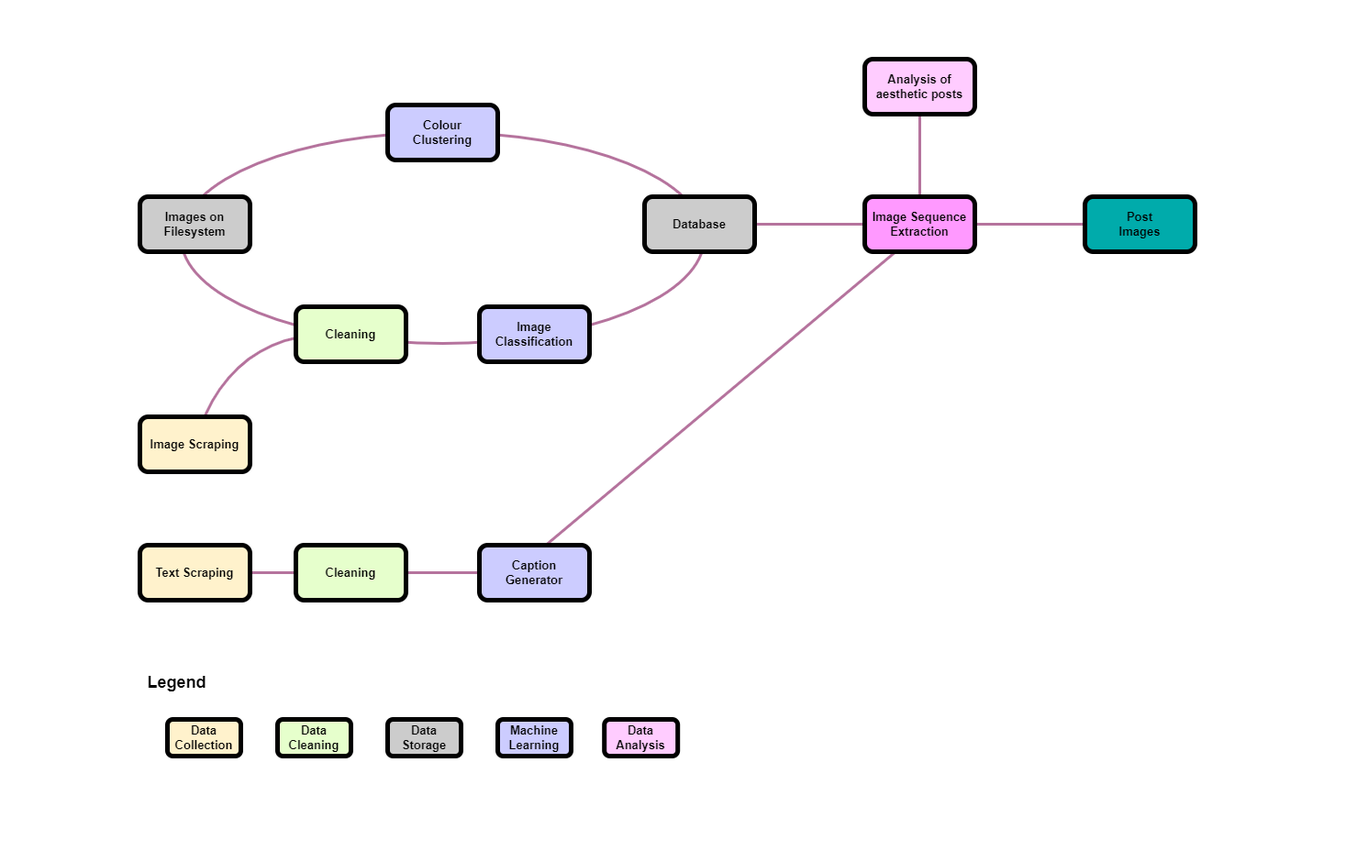
Earlier version of the draw.io export main/pipe.png (kokostino/Aesthetics-Automation). Source tidied: cells renumbered, new cells last; positions are measured from the earlier drawing's top-left corner, leaving out a move shared by most shapes.
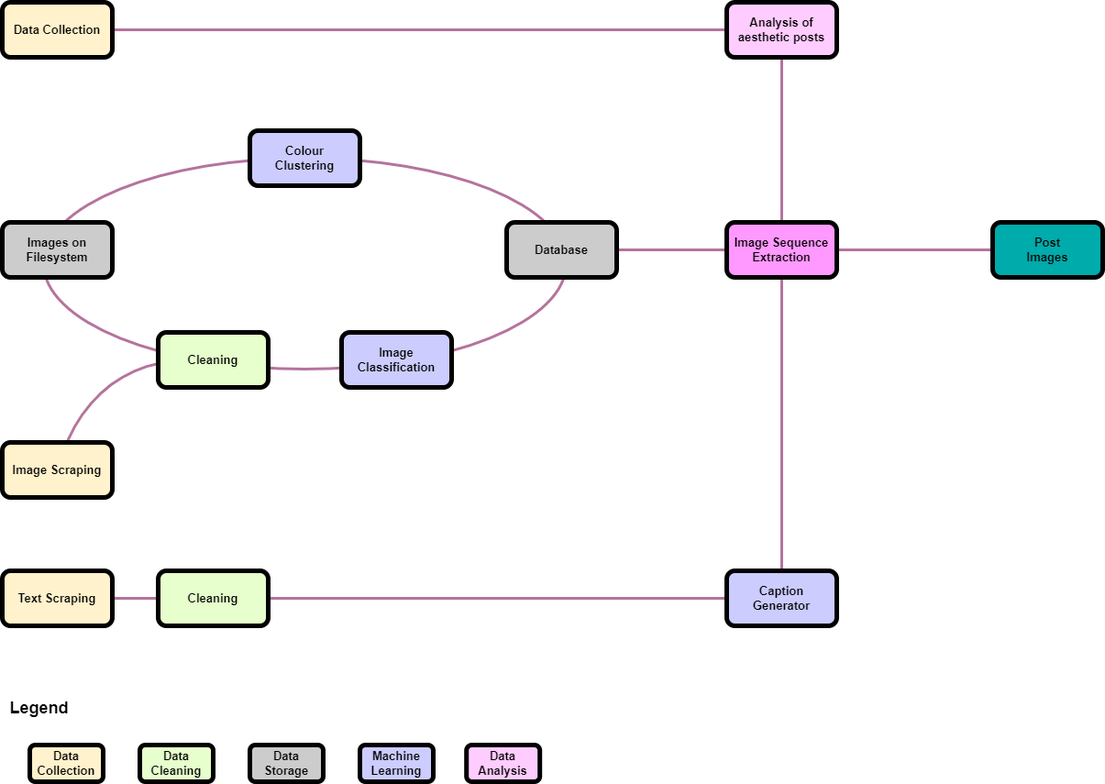
Above is the later version.

Diff of the diagram source:
```diff
@@ -2,17 +2,20 @@
   <root>
     <mxCell id="0" />
     <mxCell id="1" parent="0" />
+    <mxCell id="26" style="line;strokeWidth=3;html=1;perimeter=backbonePerimeter;fillColor=none;strokeColor=#B5739D;" parent="1" vertex="1">
+      <mxGeometry x="50" y="-65" width="800" height="10" as="geometry" />
+    </mxCell>
     <mxCell id="2" style="line;strokeWidth=3;html=1;perimeter=backbonePerimeter;fillColor=none;strokeColor=#B5739D;direction=south;" parent="1" vertex="1">
-      <mxGeometry x="845" y="50" width="10" height="110" as="geometry" />
+      <mxGeometry x="845" y="-60" width="10" height="220" as="geometry" />
     </mxCell>
     <mxCell id="3" style="line;strokeWidth=3;html=1;perimeter=backbonePerimeter;fillColor=none;strokeColor=#B5739D;" parent="1" vertex="1">
-      <mxGeometry x="110" y="555" width="290" height="10" as="geometry" />
+      <mxGeometry x="110" y="555" width="740" height="10" as="geometry" />
     </mxCell>
-    <mxCell id="4" style="line;strokeWidth=3;html=1;perimeter=backbonePerimeter;fillColor=none;strokeColor=#B5739D;direction=south;rotation=50;" parent="1" vertex="1">
-      <mxGeometry x="640" y="80" width="10" height="560" as="geometry" />
+    <mxCell id="4" style="line;strokeWidth=3;html=1;perimeter=backbonePerimeter;fillColor=none;strokeColor=#B5739D;direction=south;rotation=0;" parent="1" vertex="1">
+      <mxGeometry x="845" y="183.6" width="10" height="376.4" as="geometry" />
     </mxCell>
     <mxCell id="5" style="line;strokeWidth=3;html=1;perimeter=backbonePerimeter;fillColor=none;strokeColor=#B5739D;" parent="1" vertex="1">
-      <mxGeometry x="670" y="175" width="360" height="10" as="geometry" />
+      <mxGeometry x="670" y="175" width="410" height="10" as="geometry" />
     </mxCell>
     <mxCell id="6" style="verticalLabelPosition=bottom;verticalAlign=top;html=1;shape=mxgraph.basic.arc;startAngle=0.815970818035741;endAngle=0.009537862117918117;strokeColor=#B5739D;strokeWidth=3;fillColor=none;direction=east;rotation=-15;" parent="1" vertex="1">
       <mxGeometry x="60" y="300" width="290" height="320" as="geometry" />
@@ -33,7 +36,7 @@
       <mxGeometry y="530" width="120" height="60" as="geometry" />
     </mxCell>
     <mxCell id="12" value="Caption&lt;br&gt;Generator" style="rounded=1;whiteSpace=wrap;html=1;strokeWidth=5;strokeColor=#000000;fillColor=#CCCCFF;fontStyle=1;fontSize=13;" parent="1" vertex="1">
-      <mxGeometry x="370" y="530" width="120" height="60" as="geometry" />
+      <mxGeometry x="790" y="530" width="120" height="60" as="geometry" />
     </mxCell>
     <mxCell id="13" value="Database" style="rounded=1;whiteSpace=wrap;html=1;strokeWidth=5;strokeColor=#000000;fillColor=#CCCCCC;fontSize=13;fontStyle=1;" parent="1" vertex="1">
       <mxGeometry x="550" y="150" width="120" height="60" as="geometry" />
@@ -51,10 +54,10 @@
       <mxGeometry x="790" y="150" width="120" height="60" as="geometry" />
     </mxCell>
     <mxCell id="18" value="Post&lt;br&gt;Images" style="rounded=1;whiteSpace=wrap;html=1;strokeWidth=5;strokeColor=#000000;fontStyle=1;fontSize=13;fillColor=#00ABAB;" parent="1" vertex="1">
-      <mxGeometry x="1030" y="150" width="120" height="60" as="geometry" />
+      <mxGeometry x="1080" y="150" width="120" height="60" as="geometry" />
     </mxCell>
     <mxCell id="19" value="Analysis of&lt;br&gt;aesthetic posts" style="rounded=1;whiteSpace=wrap;html=1;strokeWidth=5;strokeColor=#000000;fillColor=#FFCCFF;fontSize=13;fontStyle=1;" parent="1" vertex="1">
-      <mxGeometry x="790" width="120" height="60" as="geometry" />
+      <mxGeometry x="790" y="-90" width="120" height="60" as="geometry" />
     </mxCell>
     <mxCell id="20" value="Data Collection" style="rounded=1;whiteSpace=wrap;html=1;strokeWidth=5;strokeColor=#000000;fillColor=#FFF2CC;fontStyle=1;fontSize=13;" parent="1" vertex="1">
       <mxGeometry x="30" y="720" width="80" height="40" as="geometry" />
@@ -74,5 +77,8 @@
     <mxCell id="25" value="&lt;b&gt;&lt;font style=&quot;font-size: 18px&quot;&gt;Legend&lt;/font&gt;&lt;/b&gt;" style="text;html=1;align=center;verticalAlign=middle;fillColor=none;strokeColor=none;rounded=0;fontSize=13;" parent="1" vertex="1">
       <mxGeometry y="670" width="80" height="20" as="geometry" />
     </mxCell>
+    <mxCell id="27" value="Data Collection" style="rounded=1;whiteSpace=wrap;html=1;strokeWidth=5;strokeColor=#000000;fillColor=#FFF2CC;fontStyle=1;fontSize=13;" parent="1" vertex="1">
+      <mxGeometry y="-90" width="120" height="60" as="geometry" />
+    </mxCell>
   </root>
 </mxGraphModel>
```
